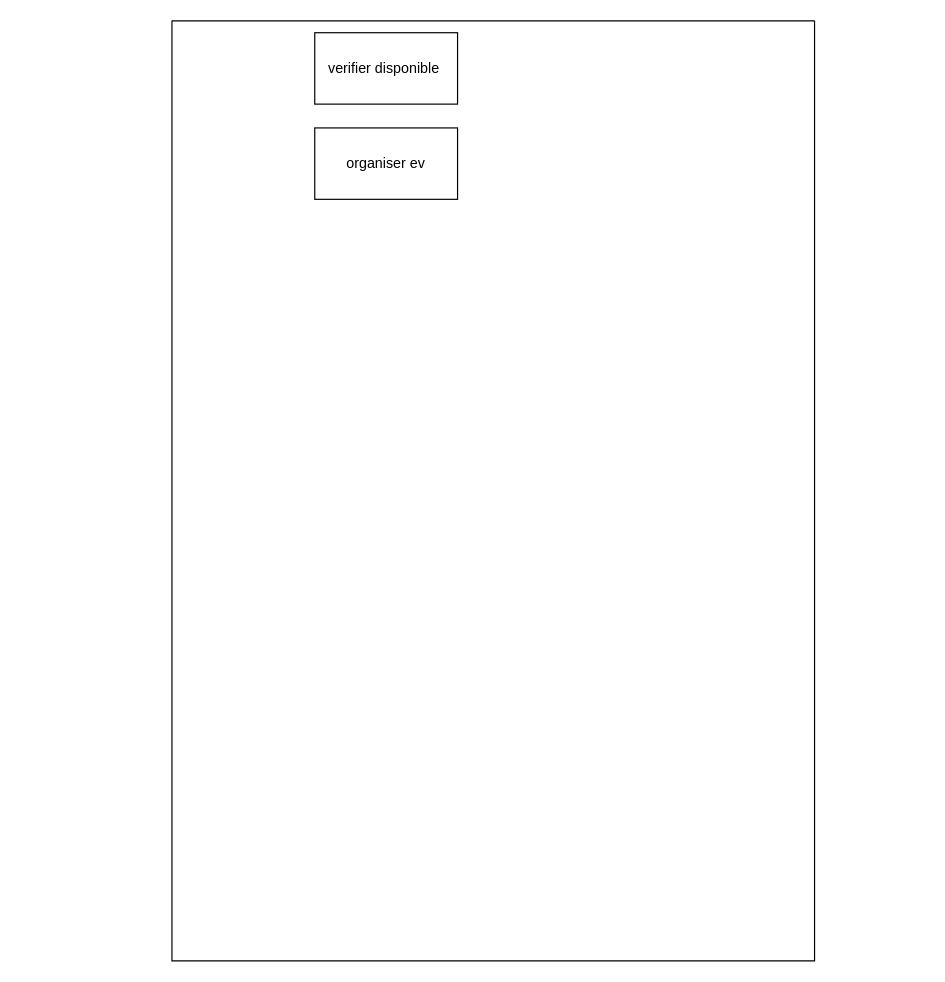
Before: Mohamed SOUKHOUNA Diagram.drawio in BachirSylla/Revision-uml, a draw.io diagram. Source tidied: cells renumbered, new cells numbered last; positions are measured from the earlier drawing's top-left corner, leaving out a move shared by most shapes. Both pictures are drawn from the tidied source at 119%, with x=0, y=0 at pixel (171, 20).
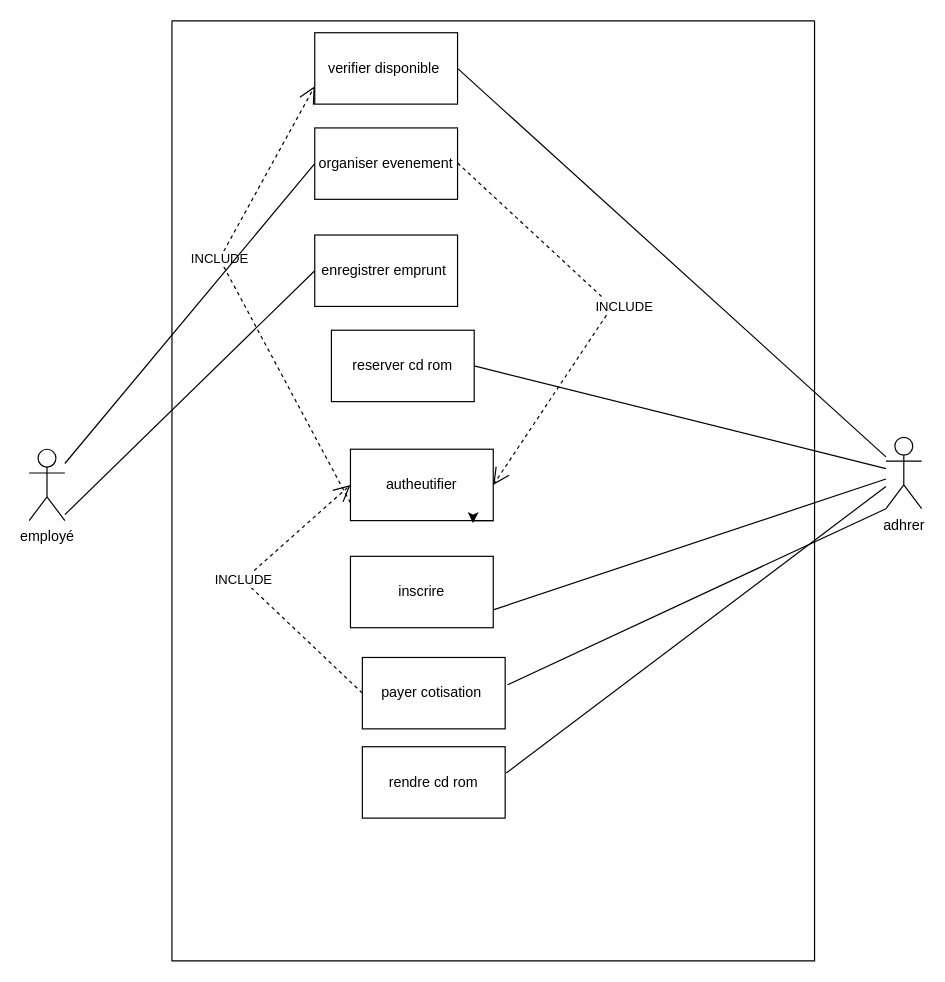
The same diagram, later.

Commit message:
Mohamed SOUKHOUNA -CAS2 Diagram.drawio

The change refers to these unchanged cells:
```xml
<mxCell id="2" style="swimlane;startSize=0;" parent="1" vertex="1">
  <mxGeometry width="540" height="790" as="geometry" />
</mxCell>
<mxCell id="3" value="verifier disponible&amp;nbsp;" style="rounded=0;whiteSpace=wrap;html=1;" parent="2" vertex="1">
  <mxGeometry x="120" y="10" width="120" height="60" as="geometry" />
</mxCell>
```

The edit, as a diff of the source:
```diff
@@
-    <mxCell id="4" value="organiser ev" style="rounded=0;whiteSpace=wrap;html=1;" parent="2" vertex="1">
+    <mxCell id="4" value="organiser evenement&lt;br&gt;" style="rounded=0;whiteSpace=wrap;html=1;" parent="2" vertex="1">
       <mxGeometry x="120" y="90" width="120" height="60" as="geometry" />
     </mxCell>
+    <mxCell id="5" value="enregistrer emprunt&amp;nbsp;" style="rounded=0;whiteSpace=wrap;html=1;" parent="2" vertex="1">
+      <mxGeometry x="120" y="180" width="120" height="60" as="geometry" />
+    </mxCell>
+    <mxCell id="6" value="reserver cd rom" style="rounded=0;whiteSpace=wrap;html=1;" parent="2" vertex="1">
+      <mxGeometry x="134" y="260" width="120" height="60" as="geometry" />
+    </mxCell>
+    <mxCell id="7" value="autheutifier" style="rounded=0;whiteSpace=wrap;html=1;" parent="2" vertex="1">
+      <mxGeometry x="150" y="360" width="120" height="60" as="geometry" />
+    </mxCell>
+    <mxCell id="8" value="inscrire" style="rounded=0;whiteSpace=wrap;html=1;" parent="2" vertex="1">
+      <mxGeometry x="150" y="450" width="120" height="60" as="geometry" />
+    </mxCell>
+    <mxCell id="9" value="payer cotisation&amp;nbsp;" style="rounded=0;whiteSpace=wrap;html=1;" parent="2" vertex="1">
+      <mxGeometry x="160" y="535" width="120" height="60" as="geometry" />
+    </mxCell>
+    <mxCell id="10" value="rendre cd rom" style="rounded=0;whiteSpace=wrap;html=1;" parent="2" vertex="1">
+      <mxGeometry x="160" y="610" width="120" height="60" as="geometry" />
+    </mxCell>
+    <mxCell id="11" style="edgeStyle=orthogonalEdgeStyle;rounded=0;orthogonalLoop=1;jettySize=auto;html=1;exitX=1;exitY=1;exitDx=0;exitDy=0;entryX=0.858;entryY=1.033;entryDx=0;entryDy=0;entryPerimeter=0;" parent="2" edge="1" source="7" target="7">
+      <mxGeometry relative="1" as="geometry" />
+    </mxCell>
+    <mxCell id="12" value="INCLUDE" style="endArrow=open;endSize=12;dashed=1;html=1;rounded=0;entryX=0;entryY=0.75;entryDx=0;entryDy=0;exitX=0;exitY=0.75;exitDx=0;exitDy=0;" parent="2" edge="1" source="7" target="3">
+      <mxGeometry x="0.17" relative="1" as="geometry">
+        <Array as="points">
+          <mxPoint x="40" y="200" />
+        </Array>
+      </mxGeometry>
+    </mxCell>
+    <mxCell id="13" value="INCLUDE" style="endArrow=open;endSize=12;dashed=1;html=1;rounded=0;entryX=1;entryY=0.5;entryDx=0;entryDy=0;" parent="2" edge="1" target="7">
+      <mxGeometry x="-0.01" y="10" relative="1" as="geometry">
+        <mxPoint x="240" y="119.5" as="sourcePoint" />
+        <Array as="points">
+          <mxPoint x="370" y="240" />
+        </Array>
+        <mxPoint x="2" y="-5" as="offset" />
+      </mxGeometry>
+    </mxCell>
+    <mxCell id="14" value="employé" style="shape=umlActor;verticalLabelPosition=bottom;verticalAlign=top;html=1;outlineConnect=0;" parent="1" vertex="1">
+      <mxGeometry x="-120" y="360" width="30" height="60" as="geometry" />
+    </mxCell>
+    <mxCell id="15" value="adhrer" style="shape=umlActor;verticalLabelPosition=bottom;verticalAlign=top;html=1;outlineConnect=0;" parent="1" vertex="1">
+      <mxGeometry x="600" y="350" width="30" height="60" as="geometry" />
+    </mxCell>
+    <mxCell id="16" style="endArrow=none;html=1;rounded=0;exitX=0;exitY=0.5;exitDx=0;exitDy=0;" parent="1" edge="1" source="4" target="14">
+      <mxGeometry relative="1" as="geometry" />
+    </mxCell>
+    <mxCell id="17" style="endArrow=none;html=1;rounded=0;entryX=0;entryY=0.5;entryDx=0;entryDy=0;" parent="1" edge="1" target="5">
+      <mxGeometry relative="1" as="geometry">
+        <mxPoint x="-90" y="415" as="sourcePoint" />
+      </mxGeometry>
+    </mxCell>
+    <mxCell id="18" style="endArrow=none;html=1;rounded=0;entryX=1;entryY=0.5;entryDx=0;entryDy=0;" parent="1" edge="1" source="15" target="3">
+      <mxGeometry relative="1" as="geometry" />
+    </mxCell>
+    <mxCell id="19" style="endArrow=none;html=1;rounded=0;exitX=1;exitY=0.5;exitDx=0;exitDy=0;" parent="1" edge="1" source="6" target="15">
+      <mxGeometry relative="1" as="geometry" />
+    </mxCell>
+    <mxCell id="20" style="endArrow=none;html=1;rounded=0;exitX=1;exitY=0.75;exitDx=0;exitDy=0;" parent="1" edge="1" source="8" target="15">
+      <mxGeometry relative="1" as="geometry" />
+    </mxCell>
+    <mxCell id="21" style="endArrow=none;html=1;rounded=0;exitX=1.017;exitY=0.383;exitDx=0;exitDy=0;exitPerimeter=0;entryX=0;entryY=1;entryDx=0;entryDy=0;entryPerimeter=0;" parent="1" edge="1" source="9" target="15">
+      <mxGeometry relative="1" as="geometry" />
+    </mxCell>
+    <mxCell id="22" style="endArrow=none;html=1;rounded=0;exitX=1.008;exitY=0.367;exitDx=0;exitDy=0;exitPerimeter=0;" parent="1" edge="1" source="10" target="15">
+      <mxGeometry relative="1" as="geometry" />
+    </mxCell>
+    <mxCell id="23" value="INCLUDE" style="endArrow=open;endSize=12;dashed=1;html=1;rounded=0;exitX=0;exitY=0.5;exitDx=0;exitDy=0;" parent="1" edge="1" source="9">
+      <mxGeometry x="0.07" relative="1" as="geometry">
+        <mxPoint x="150" y="390" as="targetPoint" />
+        <Array as="points">
+          <mxPoint x="60" y="470" />
+        </Array>
+      </mxGeometry>
+    </mxCell>
```
